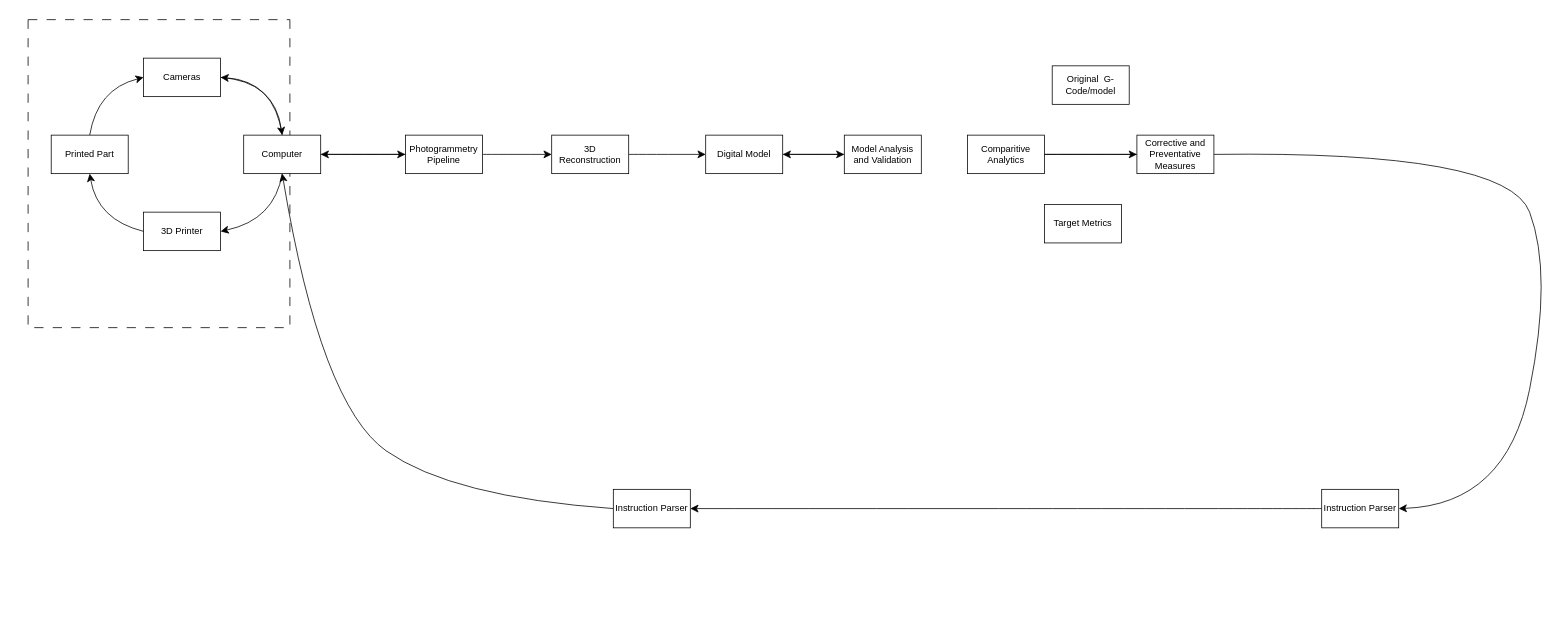
The draw.io diagram FLOW.drawio in jameswalter12/MEng-Project-, before the edit. Source tidied: cells renumbered, new cells numbered last; positions are measured from the earlier drawing's top-left corner, leaving out a move shared by most shapes. Both pictures are drawn from the tidied source at 77%, with x=0, y=0 at pixel (28, 19).
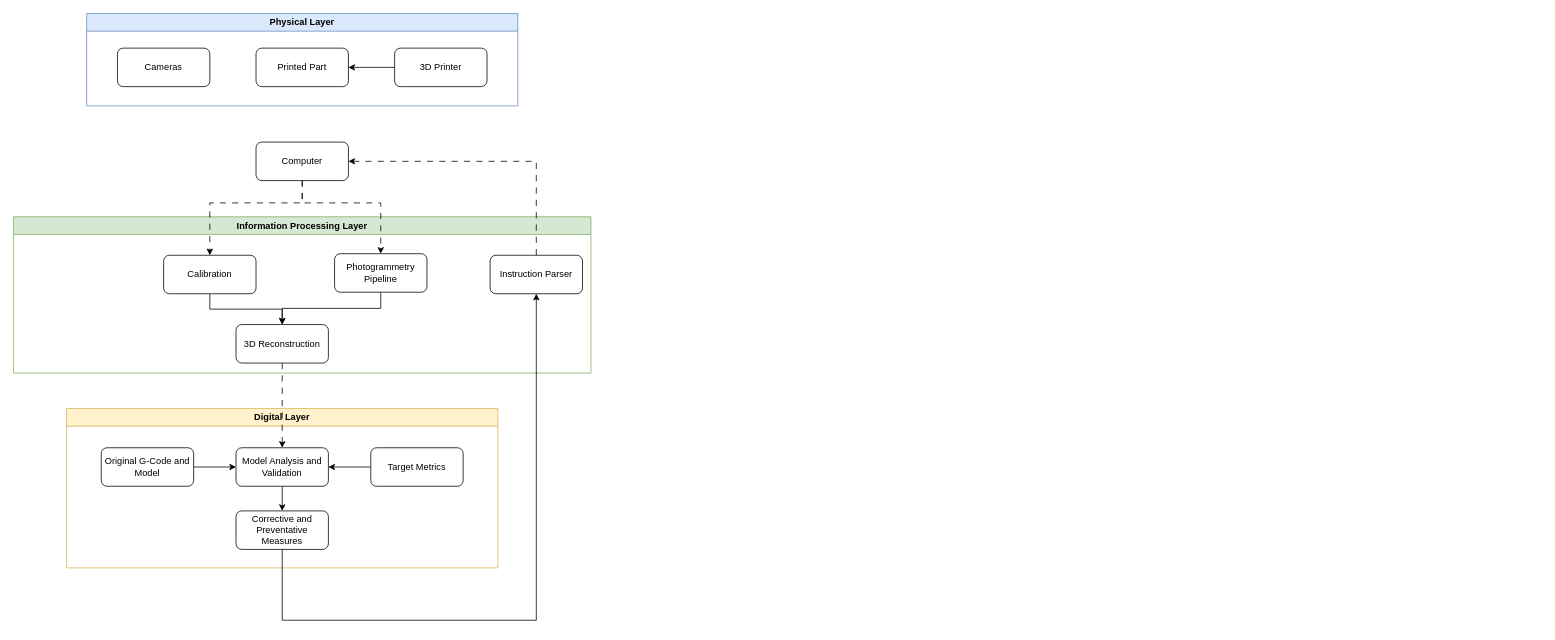
After the change.

Diff of the diagram source:
```diff
@@
-    <mxCell id="2" style="edgeStyle=none;curved=1;rounded=0;jettySize=auto;html=1;exitX=1;exitY=0.5;exitDx=0;exitDy=0;entryX=0;entryY=0.5;entryDx=0;entryDy=0;fontSize=12;startSize=8;endSize=8;" parent="1" edge="1" source="3" target="19">
-      <mxGeometry relative="1" as="geometry" />
-    </mxCell>
-    <mxCell id="3" value="3D Reconstruction" style="rounded=0;whiteSpace=wrap;html=1;" parent="1" vertex="1">
-      <mxGeometry x="680" y="150" width="100" height="50" as="geometry" />
-    </mxCell>
-    <mxCell id="4" style="swimlane;startSize=0;dashed=1;dashPattern=12 12;" parent="1" vertex="1">
-      <mxGeometry width="340" height="400" as="geometry" />
-    </mxCell>
+    <mxCell id="16" style="edgeStyle=none;curved=1;rounded=0;orthogonalLoop=1;jettySize=auto;html=1;exitX=1;exitY=0.5;exitDx=0;exitDy=0;entryX=0;entryY=0.5;entryDx=0;entryDy=0;fontSize=12;startSize=8;endSize=8;" parent="1" edge="1">
+      <mxGeometry relative="1" as="geometry">
+        <mxPoint x="550" y="175" as="sourcePoint" />
+      </mxGeometry>
+    </mxCell>
+    <mxCell id="33" style="edgeStyle=none;curved=1;rounded=0;orthogonalLoop=1;jettySize=auto;html=1;exitX=1;exitY=0.5;exitDx=0;exitDy=0;entryX=0;entryY=0.5;entryDx=0;entryDy=0;fontSize=12;startSize=8;endSize=8;" parent="1" edge="1">
+      <mxGeometry relative="1" as="geometry">
+        <mxPoint x="810" y="625" as="sourcePoint" />
+      </mxGeometry>
+    </mxCell>
+    <mxCell id="34" value="Physical Layer" style="swimlane;whiteSpace=wrap;html=1;startSize=23;fillColor=#dae8fc;strokeColor=#6c8ebf;" parent="1" vertex="1">
+      <mxGeometry x="76" y="-8" width="560" height="120" as="geometry" />
+    </mxCell>
+    <mxCell id="8" value="Cameras" style="rounded=1;whiteSpace=wrap;html=1;fillColor=#ffffff;strokeColor=#000000;" parent="34" vertex="1">
+      <mxGeometry x="40" y="45" width="120" height="50" as="geometry" />
+    </mxCell>
+    <mxCell id="13" value="Printed Part" style="rounded=1;whiteSpace=wrap;html=1;fillColor=#ffffff;strokeColor=#000000;" parent="34" vertex="1">
+      <mxGeometry x="220" y="45" width="120" height="50" as="geometry" />
+    </mxCell>
-    <mxCell id="5" style="edgeStyle=none;curved=1;rounded=0;jettySize=auto;html=1;exitX=0;exitY=0.5;exitDx=0;exitDy=0;entryX=0.5;entryY=1;entryDx=0;entryDy=0;fontSize=12;startSize=8;endSize=8;" parent="4" edge="1" source="6" target="13">
-      <mxGeometry relative="1" as="geometry">
-        <Array as="points">
-          <mxPoint x="90" y="260" />
-        </Array>
-      </mxGeometry>
+    <mxCell id="5" style="edgeStyle=orthogonalEdgeStyle;rounded=0;jettySize=auto;html=1;exitX=0;exitY=0.5;exitDx=0;exitDy=0;entryX=1;entryY=0.5;entryDx=0;entryDy=0;elbow=vertical;" parent="34" edge="1" source="6" target="13">
+      <mxGeometry relative="1" as="geometry" />
     </mxCell>
-    <mxCell id="6" value="3D Printer" style="rounded=0;whiteSpace=wrap;html=1;" parent="4" vertex="1">
-      <mxGeometry x="150" y="250" width="100" height="50" as="geometry" />
+    <mxCell id="6" value="3D Printer" style="rounded=1;whiteSpace=wrap;html=1;fillColor=#ffffff;strokeColor=#000000;" parent="34" vertex="1">
+      <mxGeometry x="400" y="45" width="120" height="50" as="geometry" />
     </mxCell>
-    <mxCell id="7" style="edgeStyle=none;curved=1;rounded=0;jettySize=auto;html=1;exitX=1;exitY=0.5;exitDx=0;exitDy=0;entryX=0.5;entryY=0;entryDx=0;entryDy=0;fontSize=12;startSize=8;endSize=8;" parent="4" edge="1" source="8" target="11">
-      <mxGeometry relative="1" as="geometry">
-        <Array as="points">
-          <mxPoint x="320" y="80" />
-        </Array>
-      </mxGeometry>
-    </mxCell>
-    <mxCell id="8" value="Cameras" style="rounded=0;whiteSpace=wrap;html=1;" parent="4" vertex="1">
-      <mxGeometry x="150" y="50" width="100" height="50" as="geometry" />
-    </mxCell>
-    <mxCell id="9" style="edgeStyle=none;curved=1;rounded=0;jettySize=auto;html=1;exitX=0.5;exitY=1;exitDx=0;exitDy=0;entryX=1;entryY=0.5;entryDx=0;entryDy=0;fontSize=12;startSize=8;endSize=8;" parent="4" edge="1" source="11" target="6">
-      <mxGeometry relative="1" as="geometry">
-        <Array as="points">
-          <mxPoint x="320" y="260" />
-        </Array>
-      </mxGeometry>
-    </mxCell>
-    <mxCell id="10" style="edgeStyle=none;curved=1;rounded=0;jettySize=auto;html=1;exitX=0.5;exitY=0;exitDx=0;exitDy=0;entryX=1;entryY=0.5;entryDx=0;entryDy=0;fontSize=12;startSize=8;endSize=8;" parent="4" edge="1" source="11" target="8">
-      <mxGeometry relative="1" as="geometry">
-        <Array as="points">
-          <mxPoint x="320" y="80" />
-        </Array>
-      </mxGeometry>
-    </mxCell>
+    <mxCell id="35" value="Information Processing Layer" style="swimlane;whiteSpace=wrap;html=1;startSize=23;fillColor=#d5e8d4;strokeColor=#82b366;" parent="1" vertex="1">
+      <mxGeometry x="-19" y="256" width="750" height="203" as="geometry" />
+    </mxCell>
+    <mxCell id="36" style="edgeStyle=orthogonalEdgeStyle;rounded=0;jettySize=auto;html=1;exitX=0.5;exitY=1;exitDx=0;exitDy=0;entryX=0.5;entryY=0;entryDx=0;entryDy=0;elbow=vertical;" parent="35" edge="1" source="37" target="3">
+      <mxGeometry relative="1" as="geometry" />
+    </mxCell>
+    <mxCell id="37" value="Calibration" style="rounded=1;whiteSpace=wrap;html=1;fillColor=#ffffff;strokeColor=#000000;" parent="35" vertex="1">
+      <mxGeometry x="195" y="50" width="120" height="50" as="geometry" />
+    </mxCell>
+    <mxCell id="38" style="edgeStyle=orthogonalEdgeStyle;rounded=0;jettySize=auto;html=1;exitX=0.5;exitY=1;exitDx=0;exitDy=0;entryX=0.5;entryY=0;entryDx=0;entryDy=0;elbow=vertical;" parent="35" edge="1" source="17" target="3">
+      <mxGeometry relative="1" as="geometry" />
+    </mxCell>
+    <mxCell id="17" value="Photogrammetry Pipeline" style="rounded=1;whiteSpace=wrap;html=1;fillColor=#ffffff;strokeColor=#000000;" parent="35" vertex="1">
+      <mxGeometry x="417" y="48" width="120" height="50" as="geometry" />
+    </mxCell>
+    <mxCell id="3" value="3D Reconstruction" style="rounded=1;whiteSpace=wrap;html=1;fillColor=#ffffff;strokeColor=#000000;" parent="35" vertex="1">
+      <mxGeometry x="289" y="140" width="120" height="50" as="geometry" />
+    </mxCell>
+    <mxCell id="39" value="Instruction Parser" style="rounded=1;whiteSpace=wrap;html=1;fillColor=#ffffff;strokeColor=#000000;" parent="35" vertex="1">
+      <mxGeometry x="619" y="50" width="120" height="50" as="geometry" />
+    </mxCell>
+    <mxCell id="40" value="Digital Layer" style="swimlane;whiteSpace=wrap;html=1;startSize=23;fillColor=#fff2cc;strokeColor=#d6b656;" parent="1" vertex="1">
+      <mxGeometry x="50" y="505" width="560" height="207" as="geometry" />
+    </mxCell>
+    <mxCell id="41" style="edgeStyle=orthogonalEdgeStyle;rounded=0;jettySize=auto;html=1;exitX=0.5;exitY=1;exitDx=0;exitDy=0;entryX=0.5;entryY=0;entryDx=0;entryDy=0;elbow=vertical;" parent="40" edge="1" source="32" target="26">
+      <mxGeometry relative="1" as="geometry" />
+    </mxCell>
+    <mxCell id="32" value="Model Analysis and Validation" style="rounded=1;whiteSpace=wrap;html=1;fillColor=#ffffff;strokeColor=#000000;" parent="40" vertex="1">
+      <mxGeometry x="220" y="51" width="120" height="50" as="geometry" />
+    </mxCell>
+    <mxCell id="42" style="edgeStyle=orthogonalEdgeStyle;rounded=0;jettySize=auto;html=1;exitX=1;exitY=0.5;exitDx=0;exitDy=0;entryX=0;entryY=0.5;entryDx=0;entryDy=0;elbow=vertical;" parent="40" edge="1" source="43" target="32">
+      <mxGeometry relative="1" as="geometry" />
+    </mxCell>
+    <mxCell id="43" value="Original G-Code and Model" style="rounded=1;whiteSpace=wrap;html=1;fillColor=#ffffff;strokeColor=#000000;" parent="40" vertex="1">
+      <mxGeometry x="45" y="51" width="120" height="50" as="geometry" />
+    </mxCell>
+    <mxCell id="44" style="edgeStyle=orthogonalEdgeStyle;rounded=0;jettySize=auto;html=1;exitX=0;exitY=0.5;exitDx=0;exitDy=0;entryX=1;entryY=0.5;entryDx=0;entryDy=0;elbow=vertical;" parent="40" edge="1" source="23" target="32">
+      <mxGeometry relative="1" as="geometry" />
+    </mxCell>
+    <mxCell id="23" value="Target Metrics" style="rounded=1;whiteSpace=wrap;html=1;fillColor=#ffffff;strokeColor=#000000;" parent="40" vertex="1">
+      <mxGeometry x="395" y="51" width="120" height="50" as="geometry" />
+    </mxCell>
+    <mxCell id="26" value="Corrective and Preventative Measures" style="rounded=1;whiteSpace=wrap;html=1;fillColor=#ffffff;strokeColor=#000000;" parent="40" vertex="1">
+      <mxGeometry x="220" y="133" width="120" height="50" as="geometry" />
+    </mxCell>
+    <mxCell id="45" style="edgeStyle=orthogonalEdgeStyle;rounded=0;jettySize=auto;html=1;exitX=0.5;exitY=1;exitDx=0;exitDy=0;entryX=0.5;entryY=0;entryDx=0;entryDy=0;elbow=vertical;dashed=1;dashPattern=8 8;" parent="1" edge="1" source="11" target="37">
+      <mxGeometry relative="1" as="geometry">
+        <Array as="points">
+          <mxPoint x="356" y="238" />
+          <mxPoint x="236" y="238" />
+        </Array>
+      </mxGeometry>
+    </mxCell>
+    <mxCell id="15" style="edgeStyle=orthogonalEdgeStyle;rounded=0;jettySize=auto;html=1;exitX=0.5;exitY=1;exitDx=0;exitDy=0;entryX=0.5;entryY=0;entryDx=0;entryDy=0;elbow=vertical;dashed=1;dashPattern=8 8;" parent="1" edge="1" source="11" target="17">
+      <mxGeometry relative="1" as="geometry">
+        <Array as="points">
+          <mxPoint x="356" y="238" />
+          <mxPoint x="458" y="238" />
+        </Array>
+      </mxGeometry>
+    </mxCell>
-    <mxCell id="11" value="Computer" style="rounded=0;whiteSpace=wrap;html=1;" parent="4" vertex="1">
-      <mxGeometry x="280" y="150" width="100" height="50" as="geometry" />
+    <mxCell id="11" value="Computer" style="rounded=1;whiteSpace=wrap;html=1;fillColor=#ffffff;strokeColor=#000000;" parent="1" vertex="1">
+      <mxGeometry x="296" y="159" width="120" height="50" as="geometry" />
     </mxCell>
-    <mxCell id="12" style="edgeStyle=none;curved=1;rounded=0;jettySize=auto;html=1;exitX=0.5;exitY=0;exitDx=0;exitDy=0;entryX=0;entryY=0.5;entryDx=0;entryDy=0;fontSize=12;startSize=8;endSize=8;" parent="4" edge="1" source="13" target="8">
-      <mxGeometry relative="1" as="geometry">
-        <Array as="points">
-          <mxPoint x="90" y="90" />
-        </Array>
-      </mxGeometry>
-    </mxCell>
-    <mxCell id="13" value="Printed Part" style="rounded=0;whiteSpace=wrap;html=1;" parent="4" vertex="1">
-      <mxGeometry x="30" y="150" width="100" height="50" as="geometry" />
-    </mxCell>
-    <mxCell id="14" style="edgeStyle=none;curved=1;rounded=0;jettySize=auto;html=1;exitX=0;exitY=0.5;exitDx=0;exitDy=0;entryX=1;entryY=0.5;entryDx=0;entryDy=0;fontSize=12;startSize=8;endSize=8;" parent="1" edge="1" target="11">
-      <mxGeometry relative="1" as="geometry">
-        <mxPoint x="500" y="175" as="sourcePoint" />
-      </mxGeometry>
-    </mxCell>
-    <mxCell id="15" style="edgeStyle=none;curved=1;rounded=0;jettySize=auto;html=1;exitX=1;exitY=0.5;exitDx=0;exitDy=0;fontSize=12;startSize=8;endSize=8;entryX=0;entryY=0.5;entryDx=0;entryDy=0;" parent="1" edge="1" source="11" target="17">
-      <mxGeometry relative="1" as="geometry" />
-    </mxCell>
-    <mxCell id="16" style="edgeStyle=none;curved=1;rounded=0;jettySize=auto;html=1;exitX=1;exitY=0.5;exitDx=0;exitDy=0;entryX=0;entryY=0.5;entryDx=0;entryDy=0;fontSize=12;startSize=8;endSize=8;" parent="1" edge="1" source="17" target="3">
-      <mxGeometry relative="1" as="geometry" />
-    </mxCell>
-    <mxCell id="17" value="Photogrammetry Pipeline" style="rounded=0;whiteSpace=wrap;html=1;" parent="1" vertex="1">
-      <mxGeometry x="490" y="150" width="100" height="50" as="geometry" />
-    </mxCell>
-    <mxCell id="18" style="edgeStyle=none;curved=1;rounded=0;jettySize=auto;html=1;exitX=1;exitY=0.5;exitDx=0;exitDy=0;fontSize=12;startSize=8;endSize=8;" parent="1" edge="1" source="19">
-      <mxGeometry relative="1" as="geometry">
-        <mxPoint x="1060" y="175" as="targetPoint" />
-      </mxGeometry>
-    </mxCell>
-    <mxCell id="19" value="Digital Model" style="rounded=0;whiteSpace=wrap;html=1;" parent="1" vertex="1">
-      <mxGeometry x="880" y="150" width="100" height="50" as="geometry" />
-    </mxCell>
-    <mxCell id="20" style="edgeStyle=none;curved=1;rounded=0;jettySize=auto;html=1;exitX=1;exitY=0.5;exitDx=0;exitDy=0;entryX=0;entryY=0.5;entryDx=0;entryDy=0;fontSize=12;startSize=8;endSize=8;" parent="1" edge="1" target="22">
-      <mxGeometry relative="1" as="geometry">
-        <mxPoint x="1480" y="175" as="sourcePoint" />
-      </mxGeometry>
-    </mxCell>
-    <mxCell id="21" style="edgeStyle=none;curved=1;rounded=0;jettySize=auto;html=1;exitX=1;exitY=0.5;exitDx=0;exitDy=0;entryX=0;entryY=0.5;entryDx=0;entryDy=0;fontSize=12;startSize=8;endSize=8;" parent="1" edge="1" source="22" target="26">
-      <mxGeometry relative="1" as="geometry" />
-    </mxCell>
-    <mxCell id="22" value="Comparitive Analytics" style="rounded=0;whiteSpace=wrap;html=1;" parent="1" vertex="1">
-      <mxGeometry x="1220" y="150" width="100" height="50" as="geometry" />
-    </mxCell>
-    <mxCell id="23" value="Target Metrics" style="rounded=0;whiteSpace=wrap;html=1;" parent="1" vertex="1">
-      <mxGeometry x="1320" y="240" width="100" height="50" as="geometry" />
-    </mxCell>
-    <mxCell id="24" value="Original &amp;nbsp;G-Code/model" style="rounded=0;whiteSpace=wrap;html=1;" parent="1" vertex="1">
-      <mxGeometry x="1330" y="60" width="100" height="50" as="geometry" />
-    </mxCell>
-    <mxCell id="25" style="edgeStyle=none;curved=1;rounded=0;jettySize=auto;html=1;exitX=1;exitY=0.5;exitDx=0;exitDy=0;fontSize=12;startSize=8;endSize=8;entryX=1;entryY=0.5;entryDx=0;entryDy=0;" parent="1" edge="1" source="26" target="28">
-      <mxGeometry relative="1" as="geometry">
-        <Array as="points">
-          <mxPoint x="1920" y="170" />
-          <mxPoint x="1980" y="330" />
-          <mxPoint x="1920" y="630" />
-        </Array>
-      </mxGeometry>
-    </mxCell>
-    <mxCell id="26" value="Corrective and Preventative Measures" style="rounded=0;whiteSpace=wrap;html=1;" parent="1" vertex="1">
-      <mxGeometry x="1440" y="150" width="100" height="50" as="geometry" />
-    </mxCell>
-    <mxCell id="27" style="edgeStyle=none;curved=1;rounded=0;jettySize=auto;html=1;exitX=0;exitY=0.5;exitDx=0;exitDy=0;entryX=1;entryY=0.5;entryDx=0;entryDy=0;fontSize=12;startSize=8;endSize=8;" parent="1" edge="1" source="28" target="30">
-      <mxGeometry relative="1" as="geometry" />
-    </mxCell>
-    <mxCell id="28" value="Instruction Parser" style="rounded=0;whiteSpace=wrap;html=1;" parent="1" vertex="1">
-      <mxGeometry x="1680" y="610" width="100" height="50" as="geometry" />
-    </mxCell>
-    <mxCell id="29" style="edgeStyle=none;curved=1;rounded=0;jettySize=auto;html=1;exitX=0;exitY=0.5;exitDx=0;exitDy=0;entryX=0.5;entryY=1;entryDx=0;entryDy=0;fontSize=12;startSize=8;endSize=8;" parent="1" edge="1" source="30" target="11">
-      <mxGeometry relative="1" as="geometry">
-        <Array as="points">
-          <mxPoint x="550" y="620" />
-          <mxPoint x="380" y="500" />
-        </Array>
-      </mxGeometry>
-    </mxCell>
-    <mxCell id="30" value="Instruction Parser" style="rounded=0;whiteSpace=wrap;html=1;" parent="1" vertex="1">
-      <mxGeometry x="760" y="610" width="100" height="50" as="geometry" />
-    </mxCell>
-    <mxCell id="31" style="edgeStyle=none;curved=1;rounded=0;jettySize=auto;html=1;fontSize=12;startSize=8;endSize=8;" parent="1" edge="1" source="32" target="19">
-      <mxGeometry relative="1" as="geometry" />
-    </mxCell>
-    <mxCell id="32" value="Model Analysis and Validation" style="rounded=0;whiteSpace=wrap;html=1;" parent="1" vertex="1">
-      <mxGeometry x="1060" y="150" width="100" height="50" as="geometry" />
-    </mxCell>
+    <mxCell id="46" style="edgeStyle=orthogonalEdgeStyle;rounded=0;jettySize=auto;html=1;exitX=0.5;exitY=1;exitDx=0;exitDy=0;entryX=0.5;entryY=1;entryDx=0;entryDy=0;elbow=vertical;" parent="1" edge="1" source="26" target="39">
+      <mxGeometry relative="1" as="geometry">
+        <Array as="points">
+          <mxPoint x="337" y="780" />
+          <mxPoint x="624" y="780" />
+        </Array>
+      </mxGeometry>
+    </mxCell>
+    <mxCell id="47" style="edgeStyle=orthogonalEdgeStyle;rounded=0;jettySize=auto;html=1;exitX=0.5;exitY=1;exitDx=0;exitDy=0;entryX=0.5;entryY=0;entryDx=0;entryDy=0;elbow=vertical;dashed=1;dashPattern=8 8;" parent="1" edge="1" source="3" target="32">
+      <mxGeometry relative="1" as="geometry" />
+    </mxCell>
+    <mxCell id="48" style="edgeStyle=orthogonalEdgeStyle;rounded=0;jettySize=auto;html=1;exitX=0.5;exitY=0;exitDx=0;exitDy=0;entryX=1;entryY=0.5;entryDx=0;entryDy=0;elbow=vertical;dashed=1;dashPattern=8 8;" parent="1" edge="1" source="39" target="11">
+      <mxGeometry relative="1" as="geometry" />
+    </mxCell>
```
